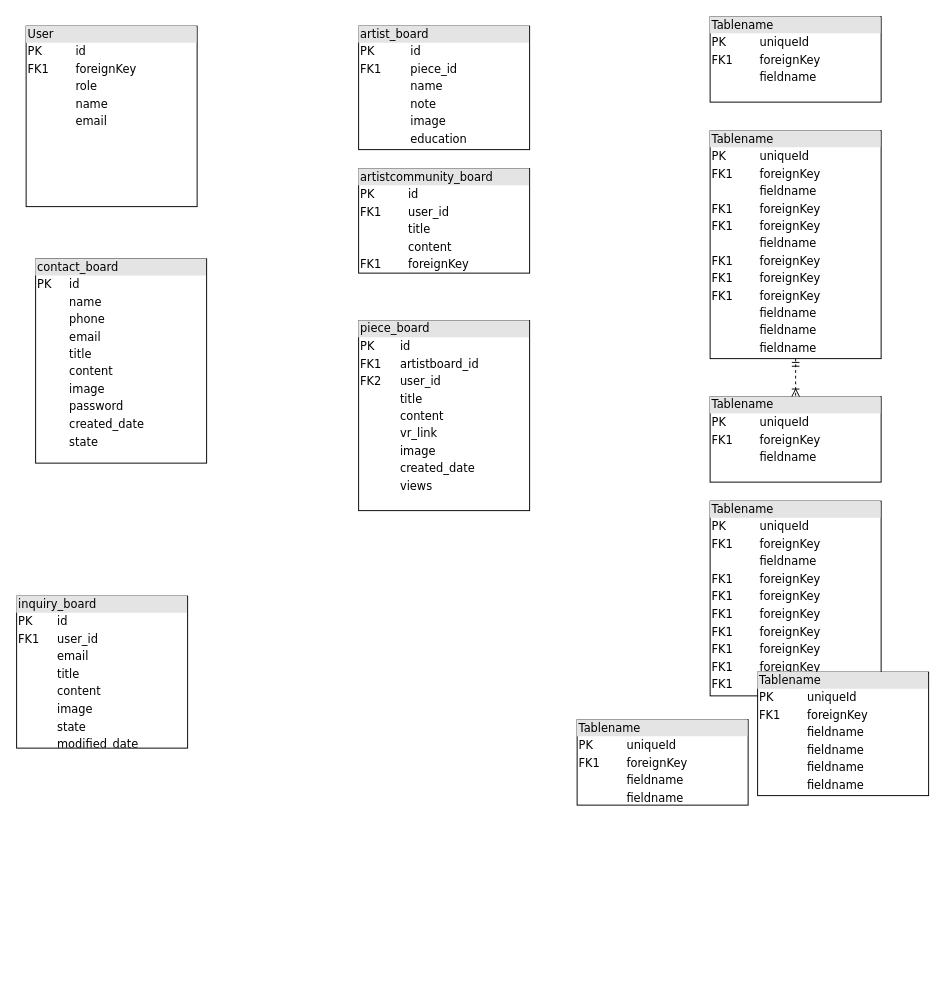
This is IMetA_Database_Diagram.drawio from yevini118/IMetA_project, a draw.io file, before an edit. Source tidied: cells renumbered, new cells numbered last; positions are measured from the earlier drawing's top-left corner, leaving out a move shared by most shapes. Both pictures are drawn from the tidied source at 95%, with x=0, y=0 at pixel (16, 16).
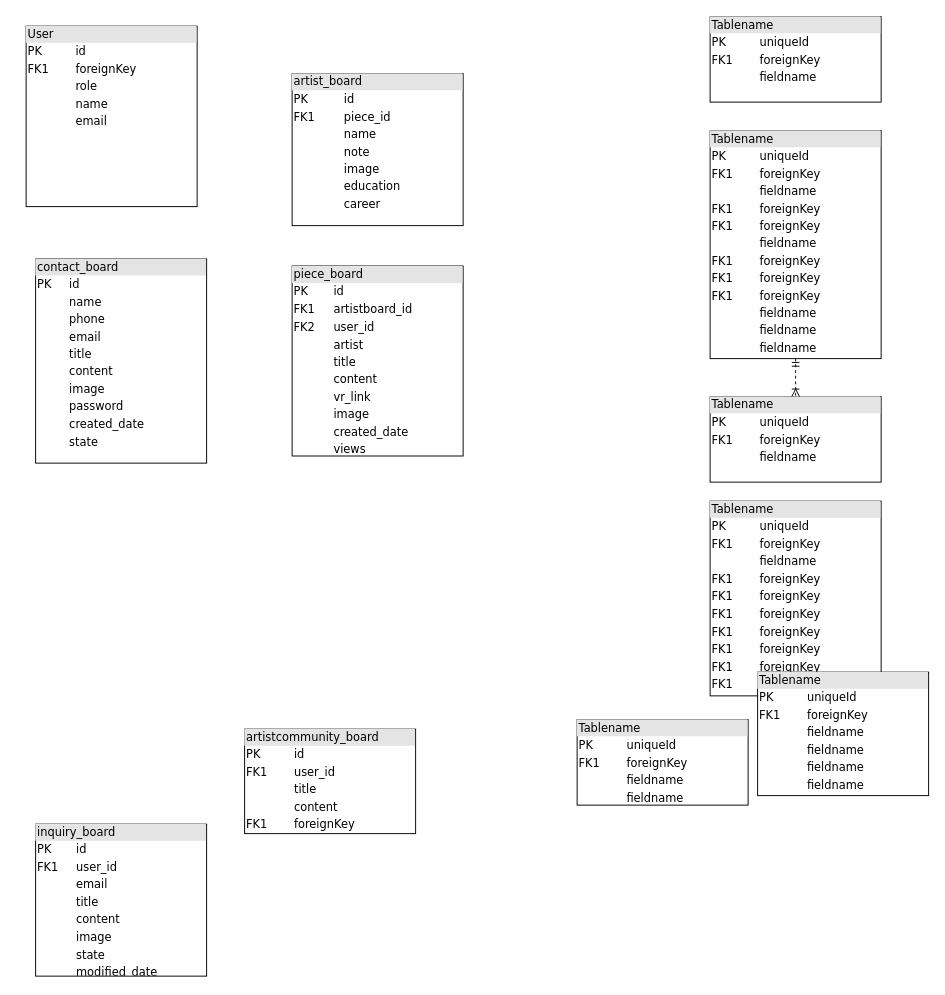
After the change.

Change to the diagram source:
```diff
@@
 <mxGraphModel>
   <root>
     <mxCell id="0" />
     <mxCell id="1" parent="0" />
     <mxCell id="2" value="&lt;div style=&quot;box-sizing: border-box ; width: 100% ; background: #e4e4e4 ; padding: 2px&quot;&gt;User&lt;/div&gt;&lt;table style=&quot;width: 100% ; font-size: 1em&quot; cellpadding=&quot;2&quot; cellspacing=&quot;0&quot;&gt;&lt;tbody&gt;&lt;tr&gt;&lt;td&gt;PK&lt;/td&gt;&lt;td&gt;id&lt;/td&gt;&lt;/tr&gt;&lt;tr&gt;&lt;td&gt;FK1&lt;/td&gt;&lt;td&gt;foreignKey&lt;/td&gt;&lt;/tr&gt;&lt;tr&gt;&lt;td&gt;&lt;br&gt;&lt;/td&gt;&lt;td&gt;role&lt;/td&gt;&lt;/tr&gt;&lt;tr&gt;&lt;td&gt;&lt;/td&gt;&lt;td&gt;name&lt;br&gt;&lt;/td&gt;&lt;/tr&gt;&lt;tr&gt;&lt;td&gt;&lt;br&gt;&lt;/td&gt;&lt;td&gt;email&lt;/td&gt;&lt;/tr&gt;&lt;tr&gt;&lt;td&gt;&lt;br&gt;&lt;/td&gt;&lt;td&gt;&lt;br&gt;&lt;/td&gt;&lt;/tr&gt;&lt;tr&gt;&lt;td&gt;&lt;br&gt;&lt;/td&gt;&lt;td&gt;&lt;br&gt;&lt;/td&gt;&lt;/tr&gt;&lt;tr&gt;&lt;td&gt;&lt;br&gt;&lt;/td&gt;&lt;td&gt;&lt;br&gt;&lt;/td&gt;&lt;/tr&gt;&lt;tr&gt;&lt;td&gt;&lt;br&gt;&lt;/td&gt;&lt;td&gt;&lt;br&gt;&lt;/td&gt;&lt;/tr&gt;&lt;tr&gt;&lt;td&gt;&lt;br&gt;&lt;/td&gt;&lt;td&gt;&lt;br&gt;&lt;/td&gt;&lt;/tr&gt;&lt;tr&gt;&lt;td&gt;&lt;br&gt;&lt;/td&gt;&lt;td&gt;&lt;br&gt;&lt;/td&gt;&lt;/tr&gt;&lt;tr&gt;&lt;td&gt;&lt;br&gt;&lt;/td&gt;&lt;td&gt;&lt;br&gt;&lt;/td&gt;&lt;/tr&gt;&lt;/tbody&gt;&lt;/table&gt;" style="verticalAlign=top;align=left;overflow=fill;html=1;rounded=0;shadow=0;comic=0;labelBackgroundColor=none;strokeWidth=1;fontFamily=Verdana;fontSize=12;" parent="1" vertex="1">
       <mxGeometry x="10" y="10" width="180" height="190" as="geometry" />
     </mxCell>
-    <mxCell id="3" value="&lt;div style=&quot;box-sizing: border-box ; width: 100% ; background: #e4e4e4 ; padding: 2px&quot;&gt;artist_board&lt;/div&gt;&lt;table style=&quot;width: 100% ; font-size: 1em&quot; cellpadding=&quot;2&quot; cellspacing=&quot;0&quot;&gt;&lt;tbody&gt;&lt;tr&gt;&lt;td&gt;PK&lt;/td&gt;&lt;td&gt;id&lt;/td&gt;&lt;/tr&gt;&lt;tr&gt;&lt;td&gt;FK1&lt;/td&gt;&lt;td&gt;piece_id&lt;/td&gt;&lt;/tr&gt;&lt;tr&gt;&lt;td&gt;&lt;/td&gt;&lt;td&gt;name&lt;/td&gt;&lt;/tr&gt;&lt;tr&gt;&lt;td&gt;&lt;br&gt;&lt;/td&gt;&lt;td&gt;note&lt;/td&gt;&lt;/tr&gt;&lt;tr&gt;&lt;td&gt;&lt;br&gt;&lt;/td&gt;&lt;td&gt;image&lt;/td&gt;&lt;/tr&gt;&lt;tr&gt;&lt;td&gt;&lt;br&gt;&lt;/td&gt;&lt;td&gt;education&lt;/td&gt;&lt;/tr&gt;&lt;/tbody&gt;&lt;/table&gt;" style="verticalAlign=top;align=left;overflow=fill;html=1;rounded=0;shadow=0;comic=0;labelBackgroundColor=none;strokeWidth=1;fontFamily=Verdana;fontSize=12;" parent="1" vertex="1">
-      <mxGeometry x="360" y="10" width="180" height="130" as="geometry" />
+    <mxCell id="3" value="&lt;div style=&quot;box-sizing: border-box ; width: 100% ; background: #e4e4e4 ; padding: 2px&quot;&gt;artist_board&lt;/div&gt;&lt;table style=&quot;width: 100% ; font-size: 1em&quot; cellpadding=&quot;2&quot; cellspacing=&quot;0&quot;&gt;&lt;tbody&gt;&lt;tr&gt;&lt;td&gt;PK&lt;/td&gt;&lt;td&gt;id&lt;/td&gt;&lt;/tr&gt;&lt;tr&gt;&lt;td&gt;FK1&lt;/td&gt;&lt;td&gt;piece_id&lt;/td&gt;&lt;/tr&gt;&lt;tr&gt;&lt;td&gt;&lt;/td&gt;&lt;td&gt;name&lt;/td&gt;&lt;/tr&gt;&lt;tr&gt;&lt;td&gt;&lt;br&gt;&lt;/td&gt;&lt;td&gt;note&lt;/td&gt;&lt;/tr&gt;&lt;tr&gt;&lt;td&gt;&lt;br&gt;&lt;/td&gt;&lt;td&gt;image&lt;/td&gt;&lt;/tr&gt;&lt;tr&gt;&lt;td&gt;&lt;br&gt;&lt;/td&gt;&lt;td&gt;education&lt;/td&gt;&lt;/tr&gt;&lt;tr&gt;&lt;td&gt;&lt;br&gt;&lt;/td&gt;&lt;td&gt;career&lt;/td&gt;&lt;/tr&gt;&lt;tr&gt;&lt;td&gt;&lt;br&gt;&lt;/td&gt;&lt;td&gt;&lt;br&gt;&lt;/td&gt;&lt;/tr&gt;&lt;/tbody&gt;&lt;/table&gt;" style="verticalAlign=top;align=left;overflow=fill;html=1;rounded=0;shadow=0;comic=0;labelBackgroundColor=none;strokeWidth=1;fontFamily=Verdana;fontSize=12;" parent="1" vertex="1">
+      <mxGeometry x="290" y="60" width="180" height="160" as="geometry" />
     </mxCell>
     <mxCell id="4" value="&lt;div style=&quot;box-sizing: border-box ; width: 100% ; background: #e4e4e4 ; padding: 2px&quot;&gt;Tablename&lt;/div&gt;&lt;table style=&quot;width: 100% ; font-size: 1em&quot; cellpadding=&quot;2&quot; cellspacing=&quot;0&quot;&gt;&lt;tbody&gt;&lt;tr&gt;&lt;td&gt;PK&lt;/td&gt;&lt;td&gt;uniqueId&lt;/td&gt;&lt;/tr&gt;&lt;tr&gt;&lt;td&gt;FK1&lt;/td&gt;&lt;td&gt;foreignKey&lt;/td&gt;&lt;/tr&gt;&lt;tr&gt;&lt;td&gt;&lt;/td&gt;&lt;td&gt;fieldname&lt;/td&gt;&lt;/tr&gt;&lt;tr&gt;&lt;td&gt;&lt;br&gt;&lt;/td&gt;&lt;td&gt;fieldname&lt;br&gt;&lt;/td&gt;&lt;/tr&gt;&lt;/tbody&gt;&lt;/table&gt;" style="verticalAlign=top;align=left;overflow=fill;html=1;rounded=0;shadow=0;comic=0;labelBackgroundColor=none;strokeWidth=1;fontFamily=Verdana;fontSize=12;" parent="1" vertex="1">
       <mxGeometry x="590" y="740" width="180" height="90" as="geometry" />
     </mxCell>
-    <mxCell id="5" value="&lt;div style=&quot;box-sizing: border-box ; width: 100% ; background: #e4e4e4 ; padding: 2px&quot;&gt;piece_board&lt;/div&gt;&lt;table style=&quot;width: 100% ; font-size: 1em&quot; cellpadding=&quot;2&quot; cellspacing=&quot;0&quot;&gt;&lt;tbody&gt;&lt;tr&gt;&lt;td&gt;PK&lt;/td&gt;&lt;td&gt;id&lt;/td&gt;&lt;/tr&gt;&lt;tr&gt;&lt;td&gt;FK1&lt;/td&gt;&lt;td&gt;artistboard_id&lt;br&gt;&lt;/td&gt;&lt;/tr&gt;&lt;tr&gt;&lt;td&gt;FK2&lt;/td&gt;&lt;td&gt;user_id&lt;/td&gt;&lt;/tr&gt;&lt;tr&gt;&lt;td&gt;&lt;/td&gt;&lt;td&gt;title&lt;/td&gt;&lt;/tr&gt;&lt;tr&gt;&lt;td&gt;&lt;br&gt;&lt;/td&gt;&lt;td&gt;content&lt;/td&gt;&lt;/tr&gt;&lt;tr&gt;&lt;td&gt;&lt;br&gt;&lt;/td&gt;&lt;td&gt;vr_link&lt;/td&gt;&lt;/tr&gt;&lt;tr&gt;&lt;td&gt;&lt;br&gt;&lt;/td&gt;&lt;td&gt;image&lt;/td&gt;&lt;/tr&gt;&lt;tr&gt;&lt;td&gt;&lt;br&gt;&lt;/td&gt;&lt;td&gt;created_date&lt;br&gt;&lt;/td&gt;&lt;/tr&gt;&lt;tr&gt;&lt;td&gt;&lt;br&gt;&lt;/td&gt;&lt;td&gt;views&lt;/td&gt;&lt;/tr&gt;&lt;/tbody&gt;&lt;/table&gt;" style="verticalAlign=top;align=left;overflow=fill;html=1;rounded=0;shadow=0;comic=0;labelBackgroundColor=none;strokeWidth=1;fontFamily=Verdana;fontSize=12;" parent="1" vertex="1">
-      <mxGeometry x="360" y="320" width="180" height="200" as="geometry" />
+    <mxCell id="5" value="&lt;div style=&quot;box-sizing: border-box ; width: 100% ; background: #e4e4e4 ; padding: 2px&quot;&gt;piece_board&lt;/div&gt;&lt;table style=&quot;width: 100% ; font-size: 1em&quot; cellpadding=&quot;2&quot; cellspacing=&quot;0&quot;&gt;&lt;tbody&gt;&lt;tr&gt;&lt;td&gt;PK&lt;/td&gt;&lt;td&gt;id&lt;/td&gt;&lt;/tr&gt;&lt;tr&gt;&lt;td&gt;FK1&lt;/td&gt;&lt;td&gt;artistboard_id&lt;br&gt;&lt;/td&gt;&lt;/tr&gt;&lt;tr&gt;&lt;td&gt;FK2&lt;/td&gt;&lt;td&gt;user_id&lt;br&gt;&lt;/td&gt;&lt;/tr&gt;&lt;tr&gt;&lt;td&gt;&lt;br&gt;&lt;/td&gt;&lt;td&gt;artist&lt;/td&gt;&lt;/tr&gt;&lt;tr&gt;&lt;td&gt;&lt;/td&gt;&lt;td&gt;title&lt;/td&gt;&lt;/tr&gt;&lt;tr&gt;&lt;td&gt;&lt;br&gt;&lt;/td&gt;&lt;td&gt;content&lt;/td&gt;&lt;/tr&gt;&lt;tr&gt;&lt;td&gt;&lt;br&gt;&lt;/td&gt;&lt;td&gt;vr_link&lt;/td&gt;&lt;/tr&gt;&lt;tr&gt;&lt;td&gt;&lt;br&gt;&lt;/td&gt;&lt;td&gt;image&lt;/td&gt;&lt;/tr&gt;&lt;tr&gt;&lt;td&gt;&lt;br&gt;&lt;/td&gt;&lt;td&gt;created_date&lt;br&gt;&lt;/td&gt;&lt;/tr&gt;&lt;tr&gt;&lt;td&gt;&lt;br&gt;&lt;/td&gt;&lt;td&gt;views&lt;/td&gt;&lt;/tr&gt;&lt;/tbody&gt;&lt;/table&gt;" style="verticalAlign=top;align=left;overflow=fill;html=1;rounded=0;shadow=0;comic=0;labelBackgroundColor=none;strokeWidth=1;fontFamily=Verdana;fontSize=12;" parent="1" vertex="1">
+      <mxGeometry x="290" y="262.5" width="180" height="200" as="geometry" />
     </mxCell>
     <mxCell id="6" value="&lt;div style=&quot;box-sizing: border-box ; width: 100% ; background: #e4e4e4 ; padding: 2px&quot;&gt;Tablename&lt;/div&gt;&lt;table style=&quot;width: 100% ; font-size: 1em&quot; cellpadding=&quot;2&quot; cellspacing=&quot;0&quot;&gt;&lt;tbody&gt;&lt;tr&gt;&lt;td&gt;PK&lt;/td&gt;&lt;td&gt;uniqueId&lt;/td&gt;&lt;/tr&gt;&lt;tr&gt;&lt;td&gt;FK1&lt;/td&gt;&lt;td&gt;foreignKey&lt;/td&gt;&lt;/tr&gt;&lt;tr&gt;&lt;td&gt;&lt;/td&gt;&lt;td&gt;fieldname&lt;/td&gt;&lt;/tr&gt;&lt;tr&gt;&lt;td&gt;FK1&lt;br&gt;&lt;/td&gt;&lt;td&gt;foreignKey&lt;br&gt;&lt;/td&gt;&lt;/tr&gt;&lt;tr&gt;&lt;td&gt;FK1&lt;br&gt;&lt;/td&gt;&lt;td&gt;foreignKey&lt;br&gt;&lt;/td&gt;&lt;/tr&gt;&lt;tr&gt;&lt;td&gt;FK1&lt;br&gt;&lt;/td&gt;&lt;td&gt;foreignKey&lt;br&gt;&lt;/td&gt;&lt;/tr&gt;&lt;tr&gt;&lt;td&gt;FK1&lt;br&gt;&lt;/td&gt;&lt;td&gt;foreignKey&lt;br&gt;&lt;/td&gt;&lt;/tr&gt;&lt;tr&gt;&lt;td&gt;FK1&lt;br&gt;&lt;/td&gt;&lt;td&gt;foreignKey&lt;br&gt;&lt;/td&gt;&lt;/tr&gt;&lt;tr&gt;&lt;td&gt;FK1&lt;br&gt;&lt;/td&gt;&lt;td&gt;foreignKey&lt;br&gt;&lt;/td&gt;&lt;/tr&gt;&lt;tr&gt;&lt;td&gt;FK1&lt;br&gt;&lt;/td&gt;&lt;td&gt;foreignKey&lt;br&gt;&lt;/td&gt;&lt;/tr&gt;&lt;/tbody&gt;&lt;/table&gt;" style="verticalAlign=top;align=left;overflow=fill;html=1;rounded=0;shadow=0;comic=0;labelBackgroundColor=none;strokeWidth=1;fontFamily=Verdana;fontSize=12;" parent="1" vertex="1">
       <mxGeometry x="730" y="510" width="180" height="205" as="geometry" />
     </mxCell>
     <mxCell id="7" value="&lt;div style=&quot;box-sizing: border-box ; width: 100% ; background: #e4e4e4 ; padding: 2px&quot;&gt;artistcommunity_board&lt;/div&gt;&lt;table style=&quot;width: 100% ; font-size: 1em&quot; cellpadding=&quot;2&quot; cellspacing=&quot;0&quot;&gt;&lt;tbody&gt;&lt;tr&gt;&lt;td&gt;PK&lt;/td&gt;&lt;td&gt;id&lt;/td&gt;&lt;/tr&gt;&lt;tr&gt;&lt;td&gt;FK1&lt;/td&gt;&lt;td&gt;user_id&lt;/td&gt;&lt;/tr&gt;&lt;tr&gt;&lt;td&gt;&lt;/td&gt;&lt;td&gt;title&lt;/td&gt;&lt;/tr&gt;&lt;tr&gt;&lt;td&gt;&lt;br&gt;&lt;/td&gt;&lt;td&gt;content&lt;br&gt;&lt;/td&gt;&lt;/tr&gt;&lt;tr&gt;&lt;td&gt;FK1&lt;br&gt;&lt;/td&gt;&lt;td&gt;foreignKey&lt;br&gt;&lt;/td&gt;&lt;/tr&gt;&lt;/tbody&gt;&lt;/table&gt;" style="verticalAlign=top;align=left;overflow=fill;html=1;rounded=0;shadow=0;comic=0;labelBackgroundColor=none;strokeWidth=1;fontFamily=Verdana;fontSize=12;" parent="1" vertex="1">
-      <mxGeometry x="360" y="160" width="180" height="110" as="geometry" />
+      <mxGeometry x="240" y="750" width="180" height="110" as="geometry" />
     </mxCell>
     <mxCell id="8" value="&lt;div style=&quot;box-sizing: border-box ; width: 100% ; background: #e4e4e4 ; padding: 2px&quot;&gt;inquiry_board&lt;/div&gt;&lt;table style=&quot;width: 100% ; font-size: 1em&quot; cellpadding=&quot;2&quot; cellspacing=&quot;0&quot;&gt;&lt;tbody&gt;&lt;tr&gt;&lt;td&gt;PK&lt;/td&gt;&lt;td&gt;id&lt;/td&gt;&lt;/tr&gt;&lt;tr&gt;&lt;td&gt;FK1&lt;/td&gt;&lt;td&gt;user_id&lt;br&gt;&lt;/td&gt;&lt;/tr&gt;&lt;tr&gt;&lt;td&gt;&lt;br&gt;&lt;/td&gt;&lt;td&gt;email&lt;/td&gt;&lt;/tr&gt;&lt;tr&gt;&lt;td&gt;&lt;br&gt;&lt;/td&gt;&lt;td&gt;title&lt;br&gt;&lt;/td&gt;&lt;/tr&gt;&lt;tr&gt;&lt;td&gt;&lt;br&gt;&lt;/td&gt;&lt;td&gt;content&lt;br&gt;&lt;/td&gt;&lt;/tr&gt;&lt;tr&gt;&lt;td&gt;&lt;br&gt;&lt;/td&gt;&lt;td&gt;image&lt;br&gt;&lt;/td&gt;&lt;/tr&gt;&lt;tr&gt;&lt;td&gt;&lt;br&gt;&lt;/td&gt;&lt;td&gt;state&lt;/td&gt;&lt;/tr&gt;&lt;tr&gt;&lt;td&gt;&lt;br&gt;&lt;/td&gt;&lt;td&gt;modified_date&lt;br&gt;&lt;/td&gt;&lt;/tr&gt;&lt;tr&gt;&lt;td&gt;&lt;br&gt;&lt;/td&gt;&lt;td&gt;&lt;br&gt;&lt;/td&gt;&lt;/tr&gt;&lt;tr&gt;&lt;td&gt;&lt;br&gt;&lt;/td&gt;&lt;td&gt;&lt;br&gt;&lt;/td&gt;&lt;/tr&gt;&lt;tr&gt;&lt;td&gt;&lt;br&gt;&lt;/td&gt;&lt;td&gt;&lt;br&gt;&lt;/td&gt;&lt;/tr&gt;&lt;tr&gt;&lt;td&gt;&lt;br&gt;&lt;/td&gt;&lt;td&gt;&lt;/td&gt;&lt;/tr&gt;&lt;/tbody&gt;&lt;/table&gt;" style="verticalAlign=top;align=left;overflow=fill;html=1;rounded=0;shadow=0;comic=0;labelBackgroundColor=none;strokeWidth=1;fontFamily=Verdana;fontSize=12;" parent="1" vertex="1">
-      <mxGeometry y="610" width="180" height="160" as="geometry" />
+      <mxGeometry x="20" y="850" width="180" height="160" as="geometry" />
     </mxCell>
     <mxCell id="9" value="&lt;div style=&quot;box-sizing:border-box;width:100%;background:#e4e4e4;padding:2px;&quot;&gt;Tablename&lt;/div&gt;&lt;table style=&quot;width:100%;font-size:1em;&quot; cellpadding=&quot;2&quot; cellspacing=&quot;0&quot;&gt;&lt;tr&gt;&lt;td&gt;PK&lt;/td&gt;&lt;td&gt;uniqueId&lt;/td&gt;&lt;/tr&gt;&lt;tr&gt;&lt;td&gt;FK1&lt;/td&gt;&lt;td&gt;foreignKey&lt;/td&gt;&lt;/tr&gt;&lt;tr&gt;&lt;td&gt;&lt;/td&gt;&lt;td&gt;fieldname&lt;/td&gt;&lt;/tr&gt;&lt;/table&gt;" style="verticalAlign=top;align=left;overflow=fill;html=1;rounded=0;shadow=0;comic=0;labelBackgroundColor=none;strokeWidth=1;fontFamily=Verdana;fontSize=12;" parent="1" vertex="1">
       <mxGeometry x="730" y="400" width="180" height="90" as="geometry" />
     </mxCell>
     <mxCell id="10" style="edgeStyle=orthogonalEdgeStyle;html=1;entryX=0.5;entryY=0;dashed=1;labelBackgroundColor=none;startArrow=ERmandOne;endArrow=ERoneToMany;fontFamily=Verdana;fontSize=12;align=left;" parent="1" edge="1" source="11" target="9">
       <mxGeometry relative="1" as="geometry" />
     </mxCell>
     <mxCell id="11" value="&lt;div style=&quot;box-sizing: border-box ; width: 100% ; background: #e4e4e4 ; padding: 2px&quot;&gt;Tablename&lt;/div&gt;&lt;table style=&quot;width: 100% ; font-size: 1em&quot; cellpadding=&quot;2&quot; cellspacing=&quot;0&quot;&gt;&lt;tbody&gt;&lt;tr&gt;&lt;td&gt;PK&lt;/td&gt;&lt;td&gt;uniqueId&lt;/td&gt;&lt;/tr&gt;&lt;tr&gt;&lt;td&gt;FK1&lt;/td&gt;&lt;td&gt;foreignKey&lt;/td&gt;&lt;/tr&gt;&lt;tr&gt;&lt;td&gt;&lt;/td&gt;&lt;td&gt;fieldname&lt;/td&gt;&lt;/tr&gt;&lt;tr&gt;&lt;td&gt;FK1&lt;br&gt;&lt;/td&gt;&lt;td&gt;foreignKey&lt;br&gt;&lt;/td&gt;&lt;/tr&gt;&lt;tr&gt;&lt;td&gt;FK1&lt;br&gt;&lt;/td&gt;&lt;td&gt;foreignKey&lt;br&gt;&lt;/td&gt;&lt;/tr&gt;&lt;tr&gt;&lt;td&gt;&lt;br&gt;&lt;/td&gt;&lt;td&gt;fieldname&lt;br&gt;&lt;/td&gt;&lt;/tr&gt;&lt;tr&gt;&lt;td&gt;FK1&lt;br&gt;&lt;/td&gt;&lt;td&gt;foreignKey&lt;br&gt;&lt;/td&gt;&lt;/tr&gt;&lt;tr&gt;&lt;td&gt;FK1&lt;br&gt;&lt;/td&gt;&lt;td&gt;foreignKey&lt;br&gt;&lt;/td&gt;&lt;/tr&gt;&lt;tr&gt;&lt;td&gt;FK1&lt;br&gt;&lt;/td&gt;&lt;td&gt;foreignKey&lt;br&gt;&lt;/td&gt;&lt;/tr&gt;&lt;tr&gt;&lt;td&gt;&lt;br&gt;&lt;/td&gt;&lt;td&gt;fieldname&lt;br&gt;&lt;/td&gt;&lt;/tr&gt;&lt;tr&gt;&lt;td&gt;&lt;br&gt;&lt;/td&gt;&lt;td&gt;fieldname&lt;br&gt;&lt;/td&gt;&lt;/tr&gt;&lt;tr&gt;&lt;td&gt;&lt;br&gt;&lt;/td&gt;&lt;td&gt;fieldname&lt;br&gt;&lt;/td&gt;&lt;/tr&gt;&lt;/tbody&gt;&lt;/table&gt;" style="verticalAlign=top;align=left;overflow=fill;html=1;rounded=0;shadow=0;comic=0;labelBackgroundColor=none;strokeWidth=1;fontFamily=Verdana;fontSize=12;" parent="1" vertex="1">
       <mxGeometry x="730" y="120" width="180" height="240" as="geometry" />
     </mxCell>
     <mxCell id="12" value="&lt;div style=&quot;box-sizing:border-box;width:100%;background:#e4e4e4;padding:2px;&quot;&gt;Tablename&lt;/div&gt;&lt;table style=&quot;width:100%;font-size:1em;&quot; cellpadding=&quot;2&quot; cellspacing=&quot;0&quot;&gt;&lt;tr&gt;&lt;td&gt;PK&lt;/td&gt;&lt;td&gt;uniqueId&lt;/td&gt;&lt;/tr&gt;&lt;tr&gt;&lt;td&gt;FK1&lt;/td&gt;&lt;td&gt;foreignKey&lt;/td&gt;&lt;/tr&gt;&lt;tr&gt;&lt;td&gt;&lt;/td&gt;&lt;td&gt;fieldname&lt;/td&gt;&lt;/tr&gt;&lt;/table&gt;" style="verticalAlign=top;align=left;overflow=fill;html=1;rounded=0;shadow=0;comic=0;labelBackgroundColor=none;strokeWidth=1;fontFamily=Verdana;fontSize=12;" parent="1" vertex="1">
       <mxGeometry x="730" width="180" height="90" as="geometry" />
     </mxCell>
     <mxCell id="13" value="&lt;div style=&quot;box-sizing: border-box ; width: 100% ; background: #e4e4e4 ; padding: 2px&quot;&gt;Tablename&lt;/div&gt;&lt;table style=&quot;width: 100% ; font-size: 1em&quot; cellpadding=&quot;2&quot; cellspacing=&quot;0&quot;&gt;&lt;tbody&gt;&lt;tr&gt;&lt;td&gt;PK&lt;/td&gt;&lt;td&gt;uniqueId&lt;/td&gt;&lt;/tr&gt;&lt;tr&gt;&lt;td&gt;FK1&lt;/td&gt;&lt;td&gt;foreignKey&lt;/td&gt;&lt;/tr&gt;&lt;tr&gt;&lt;td&gt;&lt;/td&gt;&lt;td&gt;fieldname&lt;/td&gt;&lt;/tr&gt;&lt;tr&gt;&lt;td&gt;&lt;br&gt;&lt;/td&gt;&lt;td&gt;fieldname&lt;br&gt;&lt;/td&gt;&lt;/tr&gt;&lt;tr&gt;&lt;td&gt;&lt;br&gt;&lt;/td&gt;&lt;td&gt;fieldname&lt;br&gt;&lt;/td&gt;&lt;/tr&gt;&lt;tr&gt;&lt;td&gt;&lt;br&gt;&lt;/td&gt;&lt;td&gt;fieldname&lt;br&gt;&lt;/td&gt;&lt;/tr&gt;&lt;/tbody&gt;&lt;/table&gt;" style="verticalAlign=top;align=left;overflow=fill;html=1;rounded=0;shadow=0;comic=0;labelBackgroundColor=none;strokeWidth=1;fontFamily=Verdana;fontSize=12;" parent="1" vertex="1">
       <mxGeometry x="780" y="690" width="180" height="130" as="geometry" />
     </mxCell>
     <mxCell id="14" value="&lt;div style=&quot;box-sizing: border-box ; width: 100% ; background: #e4e4e4 ; padding: 2px&quot;&gt;contact_board&lt;/div&gt;&lt;table style=&quot;width: 100% ; font-size: 1em&quot; cellpadding=&quot;2&quot; cellspacing=&quot;0&quot;&gt;&lt;tbody&gt;&lt;tr&gt;&lt;td&gt;PK&lt;/td&gt;&lt;td&gt;id&lt;/td&gt;&lt;/tr&gt;&lt;tr&gt;&lt;td&gt;&lt;br&gt;&lt;/td&gt;&lt;td&gt;name&lt;/td&gt;&lt;/tr&gt;&lt;tr&gt;&lt;td&gt;&lt;br&gt;&lt;/td&gt;&lt;td&gt;phone&lt;/td&gt;&lt;/tr&gt;&lt;tr&gt;&lt;td&gt;&lt;br&gt;&lt;/td&gt;&lt;td&gt;email&lt;/td&gt;&lt;/tr&gt;&lt;tr&gt;&lt;td&gt;&lt;br&gt;&lt;/td&gt;&lt;td&gt;title&lt;br&gt;&lt;/td&gt;&lt;/tr&gt;&lt;tr&gt;&lt;td&gt;&lt;br&gt;&lt;/td&gt;&lt;td&gt;content&lt;br&gt;&lt;/td&gt;&lt;/tr&gt;&lt;tr&gt;&lt;td&gt;&lt;br&gt;&lt;/td&gt;&lt;td&gt;image&lt;br&gt;&lt;/td&gt;&lt;/tr&gt;&lt;tr&gt;&lt;td&gt;&lt;br&gt;&lt;/td&gt;&lt;td&gt;password&lt;/td&gt;&lt;/tr&gt;&lt;tr&gt;&lt;td&gt;&lt;br&gt;&lt;/td&gt;&lt;td&gt;created_date&lt;br&gt;&lt;/td&gt;&lt;/tr&gt;&lt;tr&gt;&lt;td&gt;&lt;br&gt;&lt;/td&gt;&lt;td&gt;state&lt;/td&gt;&lt;/tr&gt;&lt;tr&gt;&lt;td&gt;&lt;br&gt;&lt;/td&gt;&lt;td&gt;&lt;br&gt;&lt;/td&gt;&lt;/tr&gt;&lt;tr&gt;&lt;td&gt;&lt;br&gt;&lt;/td&gt;&lt;td&gt;&lt;br&gt;&lt;/td&gt;&lt;/tr&gt;&lt;tr&gt;&lt;td&gt;&lt;br&gt;&lt;/td&gt;&lt;td&gt;&lt;/td&gt;&lt;/tr&gt;&lt;/tbody&gt;&lt;/table&gt;" style="verticalAlign=top;align=left;overflow=fill;html=1;rounded=0;shadow=0;comic=0;labelBackgroundColor=none;strokeWidth=1;fontFamily=Verdana;fontSize=12;" parent="1" vertex="1">
       <mxGeometry x="20" y="255" width="180" height="215" as="geometry" />
     </mxCell>
   </root>
 </mxGraphModel>
```
